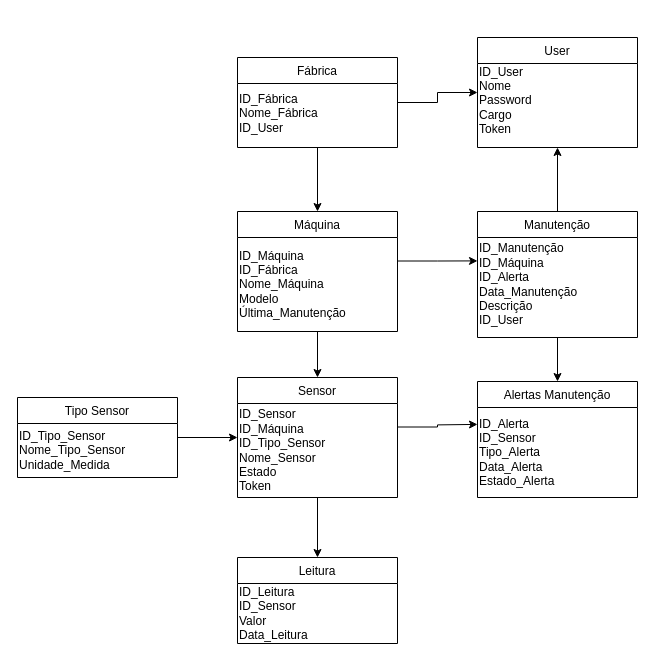
Earlier version of the draw.io diagram bd_sidm.drawio (Fiteira/ipv-SIDM-project). Source tidied: cells renumbered, new cells numbered last; positions are measured from the earlier drawing's top-left corner, leaving out a move shared by most shapes. Both pictures are drawn from the tidied source at 100%, with x=0, y=0 at pixel (17, 37).
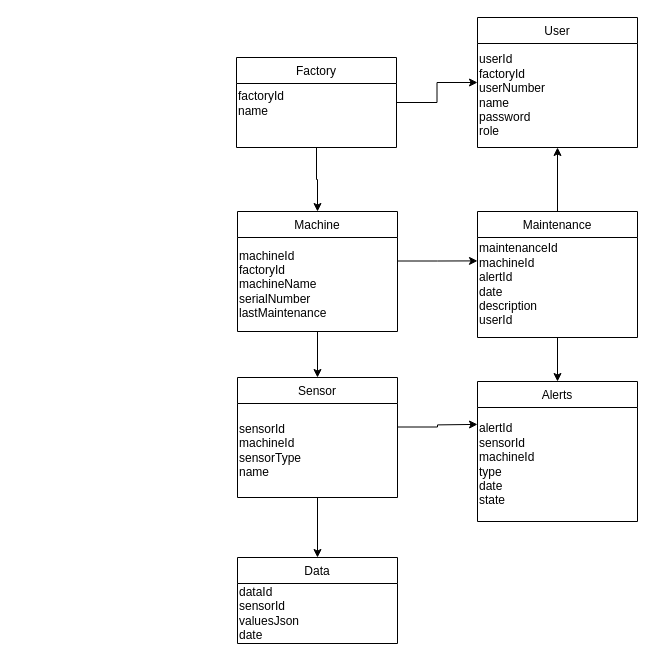
After the change.

Unchanged cells that the change refers to:
```xml
<mxCell id="11" value="Sensor" style="swimlane;fontStyle=0;align=center;verticalAlign=top;horizontal=1;startSize=26;rounded=0;shadow=0;strokeWidth=1;" parent="1" vertex="1">
  <mxGeometry x="220" y="340" width="160" height="120" as="geometry" />
</mxCell>
```

Diff of the diagram source:
```diff
@@
-    <mxCell id="4" value="Fábrica" style="swimlane;fontStyle=0;align=center;verticalAlign=top;horizontal=1;startSize=26;rounded=0;shadow=0;strokeWidth=1;" parent="1" vertex="1">
-      <mxGeometry x="220" y="20" width="160" height="90" as="geometry" />
+    <mxCell id="4" value="Factory" style="swimlane;fontStyle=0;align=center;verticalAlign=top;horizontal=1;startSize=26;rounded=0;shadow=0;strokeWidth=1;" parent="1" vertex="1">
+      <mxGeometry x="219" y="20" width="160" height="90" as="geometry" />
     </mxCell>
-    <mxCell id="5" value="&lt;div align=&quot;left&quot;&gt;ID_Fábrica&lt;/div&gt;&lt;div&gt;Nome_Fábrica&lt;/div&gt;&lt;div&gt;ID_User&lt;/div&gt;" style="text;html=1;align=left;verticalAlign=middle;strokeColor=none;fillColor=none;" parent="4" vertex="1">
-      <mxGeometry y="26" width="160" height="60" as="geometry" />
+    <mxCell id="5" value="&lt;div align=&quot;left&quot;&gt;factoryId&lt;/div&gt;&lt;div&gt;name&lt;/div&gt;" style="text;html=1;align=left;verticalAlign=middle;strokeColor=none;fillColor=none;" parent="4" vertex="1">
+      <mxGeometry y="26" width="160" height="40" as="geometry" />
     </mxCell>
@@
-    <mxCell id="7" value="Máquina" style="swimlane;fontStyle=0;align=center;verticalAlign=top;horizontal=1;startSize=26;rounded=0;shadow=0;strokeWidth=1;" parent="1" vertex="1">
+    <mxCell id="7" value="Machine" style="swimlane;fontStyle=0;align=center;verticalAlign=top;horizontal=1;startSize=26;rounded=0;shadow=0;strokeWidth=1;" parent="1" vertex="1">
       <mxGeometry x="220" y="174" width="160" height="120" as="geometry" />
     </mxCell>
@@
-    <mxCell id="9" value="ID_Máquina&lt;br&gt;ID_Fábrica&lt;br&gt;Nome_Máquina&lt;br&gt;Modelo&lt;br&gt;Última_Manutenção" style="text;html=1;align=left;verticalAlign=middle;whiteSpace=wrap;rounded=0;" parent="7" vertex="1">
+    <mxCell id="9" value="machineId&lt;div&gt;factoryId&lt;br&gt;machineName&lt;br&gt;serialNumber&lt;br&gt;lastMaintenance&lt;/div&gt;" style="text;html=1;align=left;verticalAlign=middle;whiteSpace=wrap;rounded=0;" parent="7" vertex="1">
       <mxGeometry y="26" width="160" height="94" as="geometry" />
     </mxCell>
@@
-    <mxCell id="13" value="ID_Sensor&lt;br&gt;ID_Máquina&lt;br&gt;ID_Tipo_Sensor&lt;br&gt;Nome_Sensor&lt;br&gt;&lt;div&gt;Estado&lt;/div&gt;&lt;div&gt;Token&lt;/div&gt;" style="text;html=1;align=left;verticalAlign=middle;whiteSpace=wrap;rounded=0;" parent="11" vertex="1">
+    <mxCell id="13" value="sensorId&lt;br&gt;machineId&lt;br&gt;sensorType&lt;br&gt;name" style="text;html=1;align=left;verticalAlign=middle;whiteSpace=wrap;rounded=0;" parent="11" vertex="1">
       <mxGeometry y="26" width="160" height="94" as="geometry" />
     </mxCell>
     <mxCell id="14" value="User" style="swimlane;fontStyle=0;align=center;verticalAlign=top;horizontal=1;startSize=26;rounded=0;shadow=0;strokeWidth=1;" parent="1" vertex="1">
-      <mxGeometry x="460" width="160" height="110" as="geometry" />
+      <mxGeometry x="460" y="-20" width="160" height="130" as="geometry" />
     </mxCell>
-    <mxCell id="15" value="&lt;div align=&quot;left&quot;&gt;ID_User&lt;/div&gt;&lt;div align=&quot;left&quot;&gt;Nome&lt;/div&gt;&lt;div align=&quot;left&quot;&gt;Password&lt;/div&gt;&lt;div align=&quot;left&quot;&gt;Cargo&lt;/div&gt;&lt;div&gt;Token&lt;/div&gt;" style="text;html=1;align=left;verticalAlign=middle;whiteSpace=wrap;rounded=0;" parent="14" vertex="1">
-      <mxGeometry y="26" width="160" height="74" as="geometry" />
+    <mxCell id="15" value="&lt;div align=&quot;left&quot;&gt;userId&lt;/div&gt;&lt;div align=&quot;left&quot;&gt;factoryId&lt;/div&gt;&lt;div align=&quot;left&quot;&gt;userNumber&lt;/div&gt;&lt;div align=&quot;left&quot;&gt;&lt;span style=&quot;background-color: initial;&quot;&gt;name&lt;/span&gt;&lt;/div&gt;&lt;div align=&quot;left&quot;&gt;password&lt;/div&gt;&lt;div align=&quot;left&quot;&gt;role&lt;/div&gt;" style="text;html=1;align=left;verticalAlign=middle;whiteSpace=wrap;rounded=0;" parent="14" vertex="1">
+      <mxGeometry y="26" width="160" height="104" as="geometry" />
     </mxCell>
-    <mxCell id="16" value="Leitura" style="swimlane;fontStyle=0;align=center;verticalAlign=top;horizontal=1;startSize=26;rounded=0;shadow=0;strokeWidth=1;" parent="1" vertex="1">
+    <mxCell id="16" value="Data" style="swimlane;fontStyle=0;align=center;verticalAlign=top;horizontal=1;startSize=26;rounded=0;shadow=0;strokeWidth=1;" parent="1" vertex="1">
       <mxGeometry x="220" y="520" width="160" height="86" as="geometry" />
     </mxCell>
-    <mxCell id="17" value="ID_Leitura&lt;br&gt;ID_Sensor&lt;br&gt;Valor&lt;br&gt;Data_Leitura" style="text;html=1;align=left;verticalAlign=middle;whiteSpace=wrap;rounded=0;" parent="16" vertex="1">
+    <mxCell id="17" value="dataId&lt;br&gt;sensorId&lt;br&gt;valuesJson&lt;br&gt;date" style="text;html=1;align=left;verticalAlign=middle;whiteSpace=wrap;rounded=0;" parent="16" vertex="1">
       <mxGeometry y="26" width="160" height="60" as="geometry" />
     </mxCell>
-    <mxCell id="18" value="Alertas Manutenção" style="swimlane;fontStyle=0;align=center;verticalAlign=top;horizontal=1;startSize=26;rounded=0;shadow=0;strokeWidth=1;" parent="1" vertex="1">
-      <mxGeometry x="460" y="344" width="160" height="116" as="geometry" />
+    <mxCell id="18" value="Alerts" style="swimlane;fontStyle=0;align=center;verticalAlign=top;horizontal=1;startSize=26;rounded=0;shadow=0;strokeWidth=1;" parent="1" vertex="1">
+      <mxGeometry x="460" y="344" width="160" height="140" as="geometry" />
     </mxCell>
-    <mxCell id="19" value="ID_Alerta&lt;br&gt;ID_Sensor&lt;br&gt;Tipo_Alerta&lt;br&gt;Data_Alerta&lt;br&gt;Estado_Alerta" style="text;html=1;align=left;verticalAlign=middle;whiteSpace=wrap;rounded=0;" parent="18" vertex="1">
-      <mxGeometry y="26" width="160" height="90" as="geometry" />
+    <mxCell id="19" value="alertId&lt;br&gt;sensorId&lt;br&gt;machineId&lt;br&gt;&lt;div&gt;type&lt;br&gt;date&lt;br&gt;state&lt;/div&gt;" style="text;html=1;align=left;verticalAlign=middle;whiteSpace=wrap;rounded=0;" parent="18" vertex="1">
+      <mxGeometry y="26" width="160" height="114" as="geometry" />
     </mxCell>
@@
-    <mxCell id="22" value="Manutenção" style="swimlane;fontStyle=0;align=center;verticalAlign=top;horizontal=1;startSize=26;rounded=0;shadow=0;strokeWidth=1;" parent="1" vertex="1">
+    <mxCell id="22" value="Maintenance" style="swimlane;fontStyle=0;align=center;verticalAlign=top;horizontal=1;startSize=26;rounded=0;shadow=0;strokeWidth=1;" parent="1" vertex="1">
       <mxGeometry x="460" y="174" width="160" height="126" as="geometry" />
     </mxCell>
-    <mxCell id="23" value="ID_Manutenção&lt;br&gt;&lt;div&gt;ID_Máquina&lt;/div&gt;&lt;div&gt;ID_Alerta&lt;/div&gt;Data_Manutenção&lt;br&gt;Descrição&lt;br&gt;ID_User" style="text;html=1;align=left;verticalAlign=middle;whiteSpace=wrap;rounded=0;" parent="22" vertex="1">
+    <mxCell id="23" value="&lt;div&gt;maintenanceId&lt;/div&gt;&lt;div&gt;machineId&lt;/div&gt;&lt;div&gt;alertId&lt;/div&gt;date&lt;br&gt;description&lt;br&gt;userId" style="text;html=1;align=left;verticalAlign=middle;whiteSpace=wrap;rounded=0;" parent="22" vertex="1">
       <mxGeometry y="26" width="160" height="94" as="geometry" />
     </mxCell>
-    <mxCell id="24" style="edgeStyle=orthogonalEdgeStyle;rounded=0;jettySize=auto;html=1;exitX=1;exitY=0.5;exitDx=0;exitDy=0;entryX=0;entryY=0.5;entryDx=0;entryDy=0;" parent="1" edge="1" source="25" target="11">
-      <mxGeometry relative="1" as="geometry" />
-    </mxCell>
-    <mxCell id="25" value="Tipo Sensor" style="swimlane;fontStyle=0;align=center;verticalAlign=top;horizontal=1;startSize=26;rounded=0;shadow=0;strokeWidth=1;" parent="1" vertex="1">
-      <mxGeometry y="360" width="160" height="80" as="geometry" />
-    </mxCell>
-    <mxCell id="26" value="ID_Tipo_Sensor&lt;br&gt;Nome_Tipo_Sensor&lt;br&gt;Unidade_Medida" style="text;html=1;align=left;verticalAlign=middle;whiteSpace=wrap;rounded=0;" parent="25" vertex="1">
-      <mxGeometry y="26" width="160" height="54" as="geometry" />
-    </mxCell>
```
